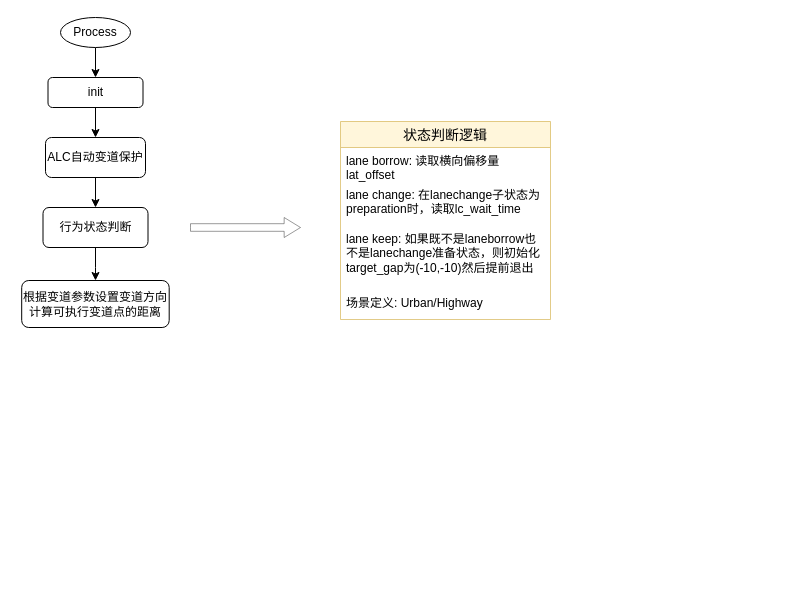
YuzhouYe/peb keeps this draw.io diagram as MMTlanechangedecider.drawio. Above is the earlier version. Source tidied: cells renumbered, new cells numbered last; positions are measured from the earlier drawing's top-left corner, leaving out a move shared by most shapes. Both pictures are drawn from the tidied source at 100%, with x=0, y=0 at pixel (21, 17).
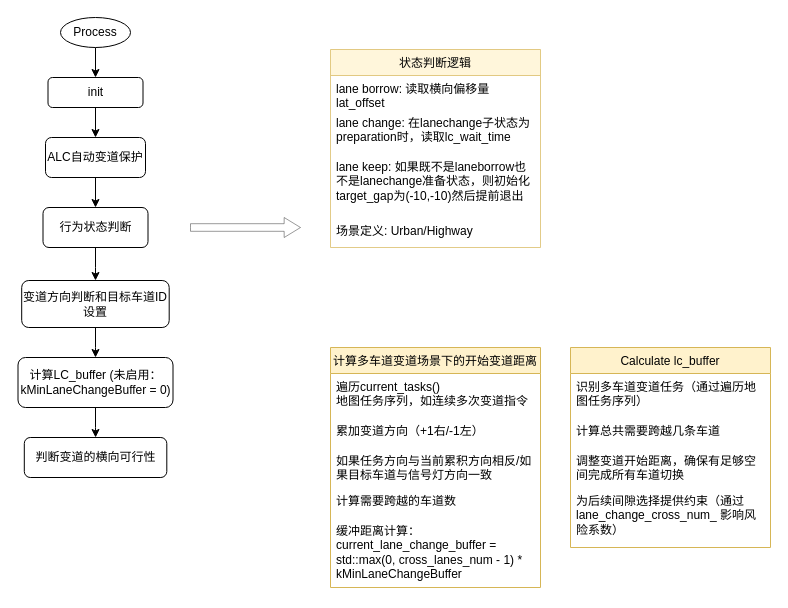
After the change.

Diff of the diagram source:
```diff
@@
-    <mxCell id="11" value="状态判断逻辑" style="swimlane;fontStyle=0;horizontal=1;startSize=26;align=center;fontSize=14;fillColor=#fff2cc;strokeColor=#d6b656;gradientColor=none;opacity=70;rounded=0;glass=0;" parent="1" vertex="1">
-      <mxGeometry x="319" y="104" width="210" height="198" as="geometry" />
+    <mxCell id="11" value="状态判断逻辑" style="swimlane;fontStyle=0;horizontal=1;startSize=26;align=center;fontSize=12;fillColor=#fff2cc;strokeColor=#d6b656;gradientColor=none;opacity=70;rounded=0;glass=0;" parent="1" vertex="1">
+      <mxGeometry x="309" y="32" width="210" height="198" as="geometry" />
     </mxCell>
@@
+    <mxCell id="17" style="edgeStyle=orthogonalEdgeStyle;rounded=0;jettySize=auto;html=1;" parent="1" edge="1" source="16" target="25">
+      <mxGeometry relative="1" as="geometry" />
+    </mxCell>
-    <mxCell id="16" value="根据变道参数设置变道方向&lt;div&gt;计算可执行变道点的距离&lt;/div&gt;" style="rounded=1;whiteSpace=wrap;html=1;" parent="1" vertex="1">
+    <mxCell id="16" value="变道方向判断和目标车道ID设置" style="rounded=1;whiteSpace=wrap;html=1;" parent="1" vertex="1">
       <mxGeometry x="0.2" y="263" width="147.5" height="47" as="geometry" />
     </mxCell>
+    <mxCell id="18" value="计算多车道变道场景下的开始变道距离" style="swimlane;fontStyle=0;horizontal=1;startSize=26;align=center;fontSize=12;fillColor=#fff2cc;strokeColor=#d6b656;" parent="1" vertex="1">
+      <mxGeometry x="309" y="330" width="210" height="240" as="geometry" />
+    </mxCell>
+    <mxCell id="19" value="遍历current_tasks()&lt;div&gt;地图任务序列，如连续多次变道指令&lt;/div&gt;" style="text;strokeColor=none;fillColor=none;spacingLeft=4;spacingRight=4;overflow=hidden;fontSize=12;whiteSpace=wrap;html=1;" parent="18" vertex="1">
+      <mxGeometry y="26" width="210" height="44" as="geometry" />
+    </mxCell>
+    <mxCell id="20" value="累加变道方向（+1右/-1左）" style="text;strokeColor=none;fillColor=none;spacingLeft=4;spacingRight=4;overflow=hidden;fontSize=12;whiteSpace=wrap;html=1;" parent="18" vertex="1">
+      <mxGeometry y="70" width="210" height="30" as="geometry" />
+    </mxCell>
+    <mxCell id="21" value="如果任务方向与当前累积方向相反/如果目标车道与信号灯方向一致" style="text;strokeColor=none;fillColor=none;spacingLeft=4;spacingRight=4;overflow=hidden;fontSize=12;whiteSpace=wrap;html=1;" parent="18" vertex="1">
+      <mxGeometry y="100" width="210" height="40" as="geometry" />
+    </mxCell>
+    <mxCell id="22" value="计算需要跨越的车道数" style="text;strokeColor=none;fillColor=none;spacingLeft=4;spacingRight=4;overflow=hidden;fontSize=12;whiteSpace=wrap;html=1;" parent="18" vertex="1">
+      <mxGeometry y="140" width="210" height="30" as="geometry" />
+    </mxCell>
+    <mxCell id="23" value="缓冲距离计算：current_lane_change_buffer = std::max(0, cross_lanes_num - 1) * kMinLaneChangeBuffer" style="text;strokeColor=none;fillColor=none;spacingLeft=4;spacingRight=4;overflow=hidden;fontSize=12;whiteSpace=wrap;html=1;" parent="18" vertex="1">
+      <mxGeometry y="170" width="210" height="70" as="geometry" />
+    </mxCell>
+    <mxCell id="24" style="edgeStyle=orthogonalEdgeStyle;rounded=0;jettySize=auto;html=1;" parent="1" edge="1" source="25" target="31">
+      <mxGeometry relative="1" as="geometry" />
+    </mxCell>
+    <mxCell id="25" value="计算LC_buffer (未启用：&lt;div&gt;kMinLaneChangeBuffer = 0)&lt;/div&gt;" style="rounded=1;whiteSpace=wrap;html=1;" parent="1" vertex="1">
+      <mxGeometry x="-3.5" y="340" width="155" height="50" as="geometry" />
+    </mxCell>
+    <mxCell id="26" value="Calculate lc_buffer" style="swimlane;fontStyle=0;horizontal=1;startSize=26;align=center;fontSize=12;fillColor=#fff2cc;strokeColor=#d6b656;" parent="1" vertex="1">
+      <mxGeometry x="549" y="330" width="200" height="200" as="geometry" />
+    </mxCell>
+    <mxCell id="27" value="识别多车道变道任务（通过遍历地图任务序列）" style="text;strokeColor=none;fillColor=none;spacingLeft=4;spacingRight=4;overflow=hidden;fontSize=12;whiteSpace=wrap;html=1;" parent="26" vertex="1">
+      <mxGeometry y="26" width="200" height="44" as="geometry" />
+    </mxCell>
+    <mxCell id="28" value="计算总共需要跨越几条车道" style="text;strokeColor=none;fillColor=none;spacingLeft=4;spacingRight=4;overflow=hidden;fontSize=12;whiteSpace=wrap;html=1;" parent="26" vertex="1">
+      <mxGeometry y="70" width="200" height="30" as="geometry" />
+    </mxCell>
+    <mxCell id="29" value="调整变道开始距离，确保有足够空间完成所有车道切换" style="text;strokeColor=none;fillColor=none;spacingLeft=4;spacingRight=4;overflow=hidden;fontSize=12;whiteSpace=wrap;html=1;" parent="26" vertex="1">
+      <mxGeometry y="100" width="200" height="40" as="geometry" />
+    </mxCell>
+    <mxCell id="30" value="&lt;div&gt;为后续间隙选择提供约束（通过 lane_change_cross_num_ 影响风险系数）&lt;/div&gt;&lt;div&gt;&lt;br&gt;&lt;/div&gt;" style="text;strokeColor=none;fillColor=none;spacingLeft=4;spacingRight=4;overflow=hidden;fontSize=12;whiteSpace=wrap;html=1;" parent="26" vertex="1">
+      <mxGeometry y="140" width="200" height="60" as="geometry" />
+    </mxCell>
+    <mxCell id="31" value="判断变道的横向可行性" style="rounded=1;whiteSpace=wrap;html=1;" parent="1" vertex="1">
+      <mxGeometry x="2.8" y="420" width="142.5" height="40" as="geometry" />
+    </mxCell>
```
